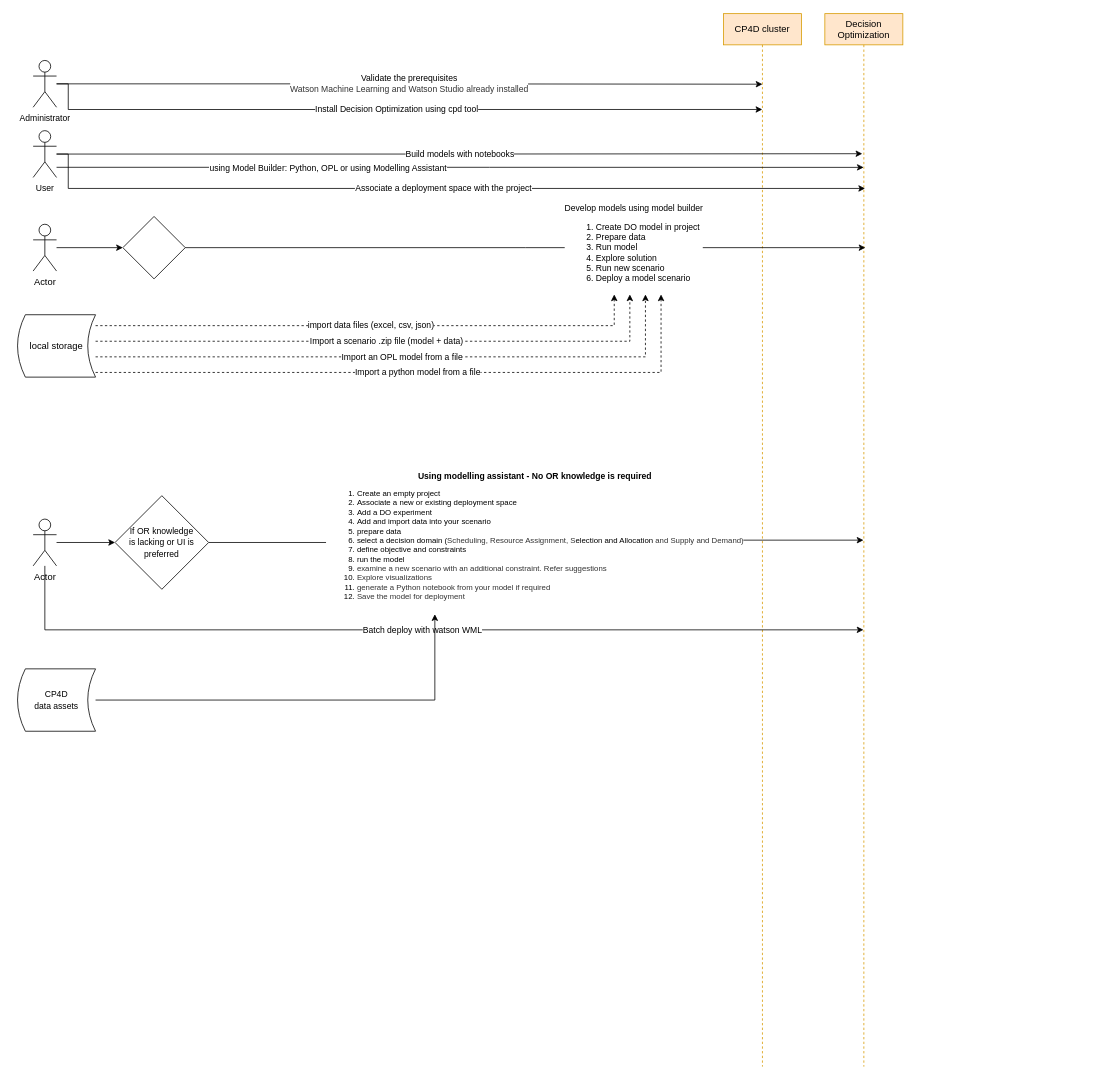
Before: do.drawio in kanchantewary/CloudPakForData, a draw.io diagram. Source tidied: cells renumbered, new cells numbered last; positions are measured from the earlier drawing's top-left corner, leaving out a move shared by most shapes. Both pictures are drawn from the tidied source at 78%, with x=0, y=0 at pixel (17, 13).
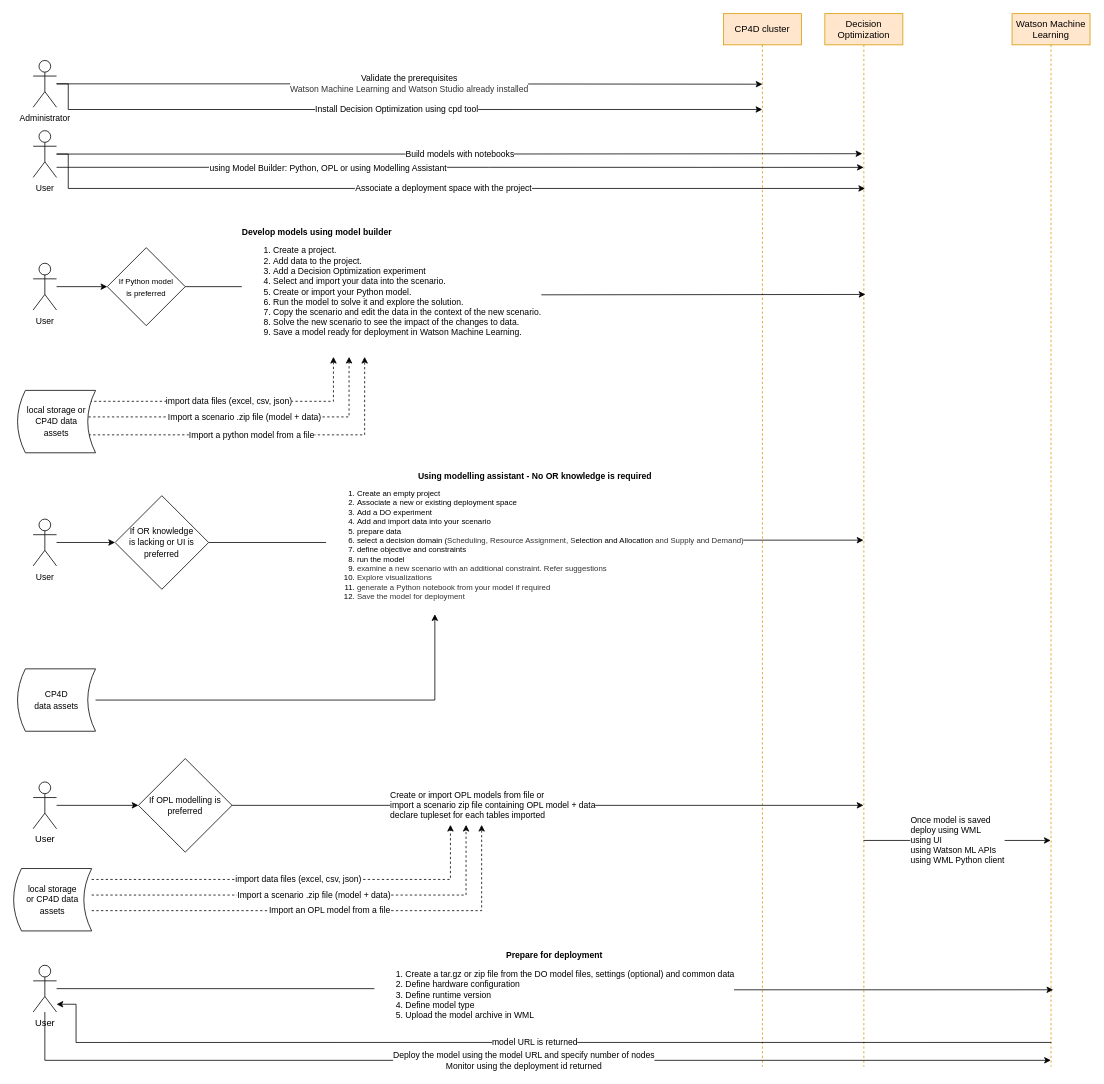
The same diagram, later.

Unchanged cells that the change refers to:
```xml
<mxCell id="2" value="Decision Optimization" style="shape=umlLifeline;perimeter=lifelinePerimeter;whiteSpace=wrap;html=1;outlineConnect=0;fillColor=#ffe6cc;strokeColor=#d79b00;" parent="1" vertex="1">
  <mxGeometry x="1035" width="100" height="1350" as="geometry" />
</mxCell>
```

The edit, as a diff of the source:
```diff
@@
+    <mxCell id="28" value="&lt;div style=&quot;text-align: left&quot;&gt;Once model is saved&lt;/div&gt;&lt;div style=&quot;text-align: left&quot;&gt;deploy using WML&lt;/div&gt;&lt;div style=&quot;text-align: left&quot;&gt;using UI&lt;br&gt;&lt;/div&gt;&lt;div style=&quot;text-align: left&quot;&gt;using Watson ML APIs&lt;br&gt;using WML Python client&lt;br&gt;&lt;/div&gt;" style="edgeStyle=orthogonalEdgeStyle;rounded=0;jettySize=auto;html=1;" parent="1" edge="1" source="2" target="36">
+      <mxGeometry relative="1" as="geometry">
+        <Array as="points">
+          <mxPoint x="1155" y="1060" />
+          <mxPoint x="1155" y="1060" />
+        </Array>
+      </mxGeometry>
+    </mxCell>
@@
-    <mxCell id="12" value="Develop models using model builder&lt;br&gt;&lt;ol&gt;&lt;li style=&quot;text-align: left&quot;&gt;Create DO model in project&lt;/li&gt;&lt;li style=&quot;text-align: left&quot;&gt;Prepare data&lt;/li&gt;&lt;li style=&quot;text-align: left&quot;&gt;Run model&lt;/li&gt;&lt;li style=&quot;text-align: left&quot;&gt;Explore solution&lt;/li&gt;&lt;li style=&quot;text-align: left&quot;&gt;Run new scenario&lt;/li&gt;&lt;li style=&quot;text-align: left&quot;&gt;Deploy a model scenario&lt;/li&gt;&lt;/ol&gt;" style="edgeStyle=orthogonalEdgeStyle;rounded=0;jettySize=auto;html=1;exitX=1;exitY=0.5;exitDx=0;exitDy=0;" parent="1" edge="1" source="26">
-      <mxGeometry x="0.32" relative="1" as="geometry">
-        <mxPoint x="1087" y="300" as="targetPoint" />
+    <mxCell id="12" value="&lt;b&gt;Develop models using model builder&lt;/b&gt;&lt;br&gt;&lt;div&gt;&lt;ol&gt;&lt;li&gt;Create a project.&lt;/li&gt;&lt;li&gt;Add data to the project.&lt;/li&gt;&lt;li&gt;Add a Decision Optimization experiment&amp;nbsp;&lt;/li&gt;&lt;li&gt;Select and import your data into the scenario.&lt;/li&gt;&lt;li&gt;Create or import your Python model.&lt;/li&gt;&lt;li&gt;Run the model to solve it and explore the solution.&lt;/li&gt;&lt;li&gt;Copy the scenario and edit the data in the context of the new scenario.&lt;/li&gt;&lt;li&gt;Solve the new scenario to see the impact of the changes to data.&lt;/li&gt;&lt;li&gt;Save a model ready for deployment in Watson Machine Learning.&lt;/li&gt;&lt;/ol&gt;&lt;/div&gt;" style="edgeStyle=orthogonalEdgeStyle;rounded=0;jettySize=auto;html=1;exitX=1;exitY=0.5;exitDx=0;exitDy=0;align=left;" parent="1" edge="1" source="26">
+      <mxGeometry x="-0.84" relative="1" as="geometry">
+        <mxPoint x="1087" y="360" as="targetPoint" />
       </mxGeometry>
     </mxCell>
@@
-    <mxCell id="14" value="Actor" style="shape=umlActor;verticalLabelPosition=bottom;verticalAlign=top;html=1;outlineConnect=0;" parent="1" vertex="1">
-      <mxGeometry x="20" y="270" width="30" height="60" as="geometry" />
+    <mxCell id="14" value="&lt;font style=&quot;font-size: 11px&quot;&gt;User&lt;/font&gt;" style="shape=umlActor;verticalLabelPosition=bottom;verticalAlign=top;html=1;outlineConnect=0;" parent="1" vertex="1">
+      <mxGeometry x="20" y="320" width="30" height="60" as="geometry" />
     </mxCell>
-    <mxCell id="15" value="import data files (excel, csv, json)" style="edgeStyle=orthogonalEdgeStyle;rounded=0;jettySize=auto;html=1;dashed=1;" parent="1" edge="1" source="19">
+    <mxCell id="15" value="import data files (excel, csv, json)" style="edgeStyle=orthogonalEdgeStyle;rounded=0;orthogonalLoop=1;jettySize=auto;html=1;dashed=1;exitX=0.949;exitY=0.143;exitDx=0;exitDy=0;exitPerimeter=0;" parent="1" edge="1">
       <mxGeometry relative="1" as="geometry">
-        <mxPoint x="765" y="360" as="targetPoint" />
+        <mxPoint x="82.9" y="494.4" as="sourcePoint" />
+        <mxPoint x="405" y="440" as="targetPoint" />
         <Array as="points">
-          <mxPoint x="765" y="400" />
+          <mxPoint x="83" y="497" />
+          <mxPoint x="405" y="497" />
+          <mxPoint x="405" y="457" />
         </Array>
       </mxGeometry>
     </mxCell>
-    <mxCell id="16" value="Import a scenario .zip file (model + data)" style="edgeStyle=orthogonalEdgeStyle;rounded=0;jettySize=auto;html=1;dashed=1;" parent="1" edge="1" source="19">
+    <mxCell id="16" value="Import a scenario .zip file (model + data)" style="edgeStyle=orthogonalEdgeStyle;rounded=0;jettySize=auto;html=1;dashed=1;exitX=0.85;exitY=0.5;exitDx=0;exitDy=0;exitPerimeter=0;" parent="1" edge="1" source="19">
       <mxGeometry relative="1" as="geometry">
-        <mxPoint x="785" y="360" as="targetPoint" />
+        <mxPoint x="425" y="440" as="targetPoint" />
         <Array as="points">
-          <mxPoint x="785" y="420" />
-          <mxPoint x="785" y="360" />
+          <mxPoint x="85" y="517" />
+          <mxPoint x="425" y="517" />
+          <mxPoint x="425" y="457" />
         </Array>
       </mxGeometry>
     </mxCell>
-    <mxCell id="17" value="Import an OPL model from a file" style="edgeStyle=orthogonalEdgeStyle;rounded=0;jettySize=auto;html=1;dashed=1;" parent="1" edge="1" source="19">
-      <mxGeometry relative="1" as="geometry">
-        <mxPoint x="805" y="360" as="targetPoint" />
-        <Array as="points">
-          <mxPoint x="805" y="440" />
-          <mxPoint x="805" y="360" />
-        </Array>
-      </mxGeometry>
-    </mxCell>
-    <mxCell id="18" value="Import a python model from a file" style="edgeStyle=orthogonalEdgeStyle;rounded=0;jettySize=auto;html=1;dashed=1;" parent="1" edge="1" source="19">
+    <mxCell id="18" value="Import a python model from a file" style="edgeStyle=orthogonalEdgeStyle;rounded=0;jettySize=auto;html=1;dashed=1;exitX=0.65;exitY=0.838;exitDx=0;exitDy=0;exitPerimeter=0;" parent="1" edge="1" source="19">
       <mxGeometry relative="1" as="geometry">
-        <mxPoint x="825" y="360" as="targetPoint" />
+        <mxPoint x="445" y="440" as="targetPoint" />
         <Array as="points">
-          <mxPoint x="465" y="460" />
-          <mxPoint x="825" y="460" />
-          <mxPoint x="825" y="360" />
+          <mxPoint x="65" y="540" />
+          <mxPoint x="445" y="540" />
         </Array>
       </mxGeometry>
     </mxCell>
-    <mxCell id="19" value="local storage" style="shape=dataStorage;whiteSpace=wrap;html=1;" parent="1" vertex="1">
-      <mxGeometry y="386" width="100" height="80" as="geometry" />
+    <mxCell id="19" value="&lt;font style=&quot;font-size: 11px&quot;&gt;local storage or CP4D data &lt;br&gt;assets&lt;/font&gt;" style="shape=dataStorage;whiteSpace=wrap;html=1;" parent="1" vertex="1">
+      <mxGeometry y="483" width="100" height="80" as="geometry" />
     </mxCell>
@@
-    <mxCell id="21" value="Batch deploy with watson WML" style="edgeStyle=orthogonalEdgeStyle;rounded=0;jettySize=auto;html=1;" parent="1" edge="1" source="23" target="2">
-      <mxGeometry relative="1" as="geometry">
-        <Array as="points">
-          <mxPoint x="35" y="790" />
-        </Array>
-      </mxGeometry>
-    </mxCell>
@@
-    <mxCell id="23" value="Actor" style="shape=umlActor;verticalLabelPosition=bottom;verticalAlign=top;html=1;outlineConnect=0;" parent="1" vertex="1">
+    <mxCell id="23" value="&lt;font style=&quot;font-size: 11px&quot;&gt;User&lt;/font&gt;" style="shape=umlActor;verticalLabelPosition=bottom;verticalAlign=top;html=1;outlineConnect=0;" parent="1" vertex="1">
       <mxGeometry x="20" y="648" width="30" height="60" as="geometry" />
     </mxCell>
@@
-    <mxCell id="26" style="rhombus;whiteSpace=wrap;html=1;" parent="1" vertex="1">
-      <mxGeometry x="135" y="260" width="80" height="80" as="geometry" />
+    <mxCell id="26" value="&lt;font style=&quot;font-size: 10px&quot;&gt;If Python model &lt;br&gt;is preferred&lt;/font&gt;" style="rhombus;whiteSpace=wrap;html=1;" parent="1" vertex="1">
+      <mxGeometry x="115" y="300" width="100" height="100" as="geometry" />
     </mxCell>
@@
+    <mxCell id="29" style="edgeStyle=orthogonalEdgeStyle;rounded=0;jettySize=auto;html=1;entryX=0;entryY=0.5;entryDx=0;entryDy=0;" parent="1" edge="1" source="30" target="32">
+      <mxGeometry relative="1" as="geometry" />
+    </mxCell>
+    <mxCell id="30" value="User" style="shape=umlActor;verticalLabelPosition=bottom;verticalAlign=top;html=1;outlineConnect=0;" parent="1" vertex="1">
+      <mxGeometry x="20" y="985" width="30" height="60" as="geometry" />
+    </mxCell>
+    <mxCell id="31" value="Create or import OPL models from file or &lt;br&gt;import a scenario zip file containing OPL model + data&lt;br&gt;declare tupleset for each tables imported" style="edgeStyle=orthogonalEdgeStyle;rounded=0;jettySize=auto;html=1;align=left;" parent="1" edge="1" source="32" target="2">
+      <mxGeometry x="-0.01" y="-200" relative="1" as="geometry">
+        <Array as="points">
+          <mxPoint x="675" y="1015" />
+          <mxPoint x="675" y="1015" />
+        </Array>
+        <mxPoint x="-200" y="-200" as="offset" />
+      </mxGeometry>
+    </mxCell>
+    <mxCell id="32" value="&lt;font style=&quot;font-size: 11px&quot;&gt;If OPL modelling is preferred&lt;/font&gt;" style="rhombus;whiteSpace=wrap;html=1;" parent="1" vertex="1">
+      <mxGeometry x="155" y="955" width="120" height="120" as="geometry" />
+    </mxCell>
+    <mxCell id="33" value="import data files (excel, csv, json)" style="edgeStyle=orthogonalEdgeStyle;rounded=0;jettySize=auto;html=1;dashed=1;" parent="1" edge="1" source="35">
+      <mxGeometry relative="1" as="geometry">
+        <mxPoint x="555" y="1040" as="targetPoint" />
+        <Array as="points">
+          <mxPoint x="555" y="1110" />
+          <mxPoint x="555" y="1070" />
+        </Array>
+      </mxGeometry>
+    </mxCell>
+    <mxCell id="34" value="Import a scenario .zip file (model + data)" style="edgeStyle=orthogonalEdgeStyle;rounded=0;jettySize=auto;html=1;dashed=1;" parent="1" edge="1" source="35">
+      <mxGeometry relative="1" as="geometry">
+        <mxPoint x="575" y="1040" as="targetPoint" />
+        <Array as="points">
+          <mxPoint x="575" y="1130" />
+        </Array>
+      </mxGeometry>
+    </mxCell>
+    <mxCell id="17" value="Import an OPL model from a file" style="edgeStyle=orthogonalEdgeStyle;rounded=0;jettySize=auto;html=1;dashed=1;" parent="1" edge="1" source="35">
+      <mxGeometry relative="1" as="geometry">
+        <mxPoint x="595" y="1040" as="targetPoint" />
+        <Array as="points">
+          <mxPoint x="595" y="1150" />
+          <mxPoint x="595" y="1070" />
+        </Array>
+      </mxGeometry>
+    </mxCell>
+    <mxCell id="35" value="&lt;font style=&quot;font-size: 11px&quot;&gt;local storage&lt;br&gt;or CP4D data assets&lt;/font&gt;" style="shape=dataStorage;whiteSpace=wrap;html=1;" parent="1" vertex="1">
+      <mxGeometry x="-5" y="1096" width="100" height="80" as="geometry" />
+    </mxCell>
+    <mxCell id="36" value="Watson Machine Learning" style="shape=umlLifeline;perimeter=lifelinePerimeter;whiteSpace=wrap;html=1;outlineConnect=0;fillColor=#ffe6cc;strokeColor=#d79b00;" parent="1" vertex="1">
+      <mxGeometry x="1275" width="100" height="1350" as="geometry" />
+    </mxCell>
+    <mxCell id="37" value="&lt;b&gt;Prepare for deployment&lt;/b&gt;&lt;br&gt;&lt;ol&gt;&lt;li style=&quot;text-align: left&quot;&gt;Create a tar.gz or zip file from the DO model files, settings (optional) and common data&lt;/li&gt;&lt;li style=&quot;text-align: left&quot;&gt;Define hardware configuration&lt;/li&gt;&lt;li style=&quot;text-align: left&quot;&gt;Define runtime version&lt;/li&gt;&lt;li style=&quot;text-align: left&quot;&gt;Define model type&lt;/li&gt;&lt;li style=&quot;text-align: left&quot;&gt;Upload the model archive in WML&lt;/li&gt;&lt;/ol&gt;" style="edgeStyle=orthogonalEdgeStyle;rounded=0;jettySize=auto;html=1;entryX=0.528;entryY=0.927;entryDx=0;entryDy=0;entryPerimeter=0;" parent="1" edge="1" source="40" target="36">
+      <mxGeometry relative="1" as="geometry" />
+    </mxCell>
+    <mxCell id="38" value="model URL is returned" style="edgeStyle=orthogonalEdgeStyle;rounded=0;jettySize=auto;html=1;entryX=0.504;entryY=0.977;entryDx=0;entryDy=0;entryPerimeter=0;startArrow=classic;startFill=1;endArrow=none;endFill=0;" parent="1" edge="1" source="40" target="36">
+      <mxGeometry relative="1" as="geometry">
+        <Array as="points">
+          <mxPoint x="75" y="1270" />
+          <mxPoint x="75" y="1319" />
+        </Array>
+      </mxGeometry>
+    </mxCell>
+    <mxCell id="39" value="Deploy the model using the model URL and specify number of nodes&lt;br&gt;Monitor using the deployment id returned" style="edgeStyle=orthogonalEdgeStyle;rounded=0;jettySize=auto;html=1;entryX=0.498;entryY=0.994;entryDx=0;entryDy=0;entryPerimeter=0;startArrow=none;startFill=0;endArrow=classic;endFill=1;" parent="1" edge="1" source="40" target="36">
+      <mxGeometry relative="1" as="geometry">
+        <Array as="points">
+          <mxPoint x="35" y="1342" />
+        </Array>
+      </mxGeometry>
+    </mxCell>
+    <mxCell id="40" value="User" style="shape=umlActor;verticalLabelPosition=bottom;verticalAlign=top;html=1;outlineConnect=0;" parent="1" vertex="1">
+      <mxGeometry x="20" y="1220" width="30" height="60" as="geometry" />
+    </mxCell>
```
